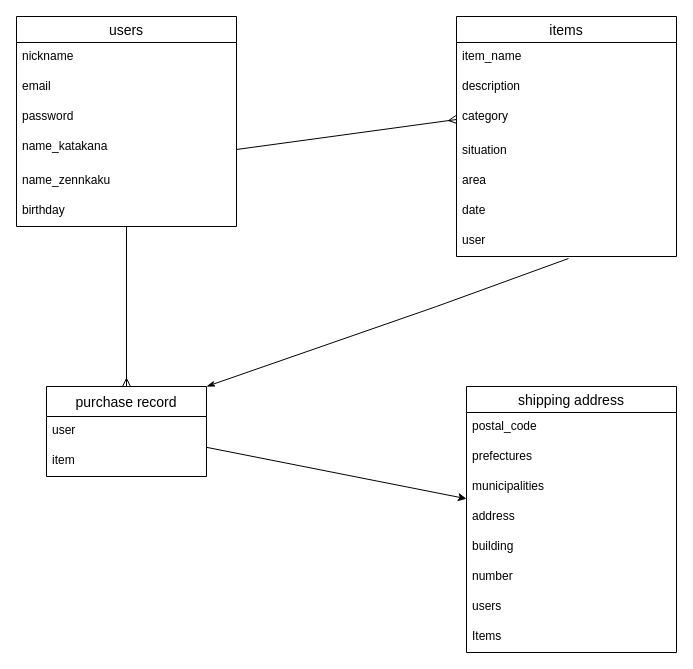
The draw.io diagram furima.dio in noche6/furima-37944, before the edit. Source tidied: cells renumbered, new cells numbered last; positions are measured from the earlier drawing's top-left corner, leaving out a move shared by most shapes. Both pictures are drawn from the tidied source at 100%, with x=0, y=0 at pixel (16, 16).
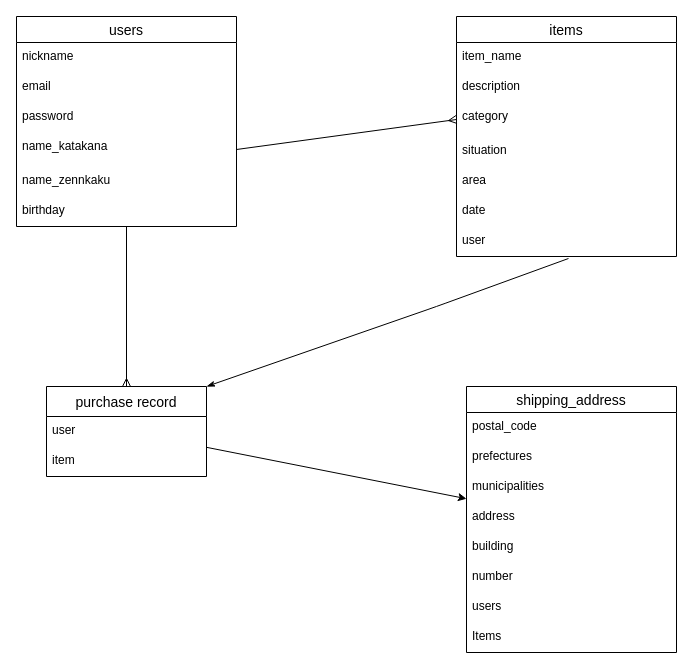
Above is the later version.

Commit message (it also covers changes not shown here):
データベース設計、修正

Change to the diagram source:
```diff
@@
-    <mxCell id="24" value="shipping address" style="swimlane;fontStyle=0;horizontal=1;startSize=26;align=center;fontSize=14;" parent="1" vertex="1">
+    <mxCell id="24" value="shipping_address" style="swimlane;fontStyle=0;horizontal=1;startSize=26;align=center;fontSize=14;" parent="1" vertex="1">
       <mxGeometry x="450" y="370" width="210" height="266" as="geometry" />
     </mxCell>
```
